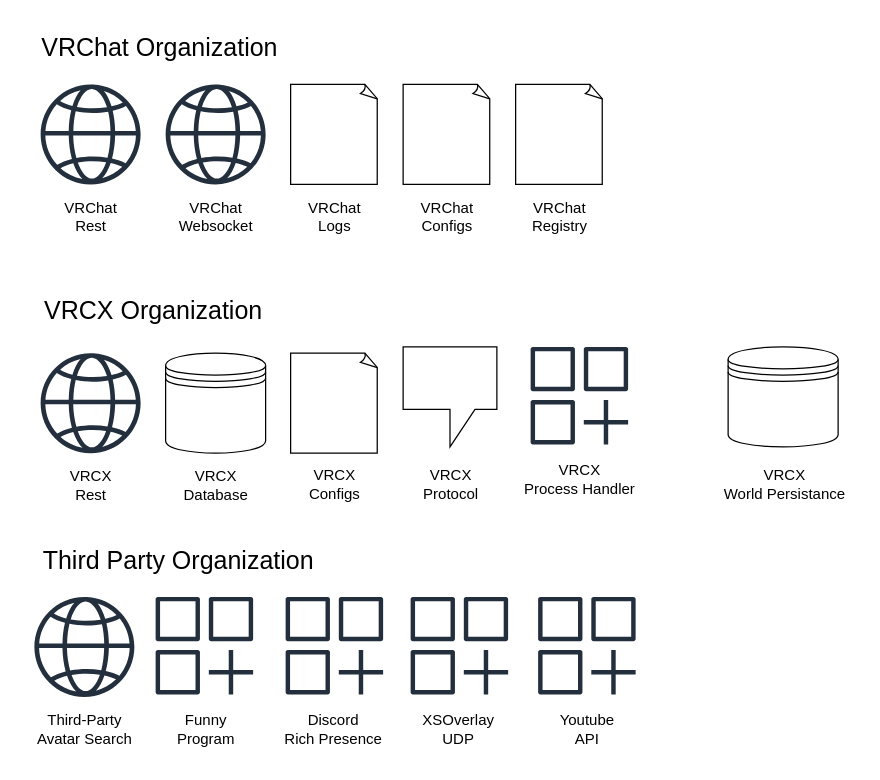
This is planning/Solution-Diagram.drawio from RubyEdge/VRCX, a draw.io file, before an edit. Source tidied: cells renumbered, new cells numbered last; positions are measured from the earlier drawing's top-left corner, leaving out a move shared by most shapes. Both pictures are drawn from the tidied source at 125%, with x=0, y=0 at pixel (21, 21).
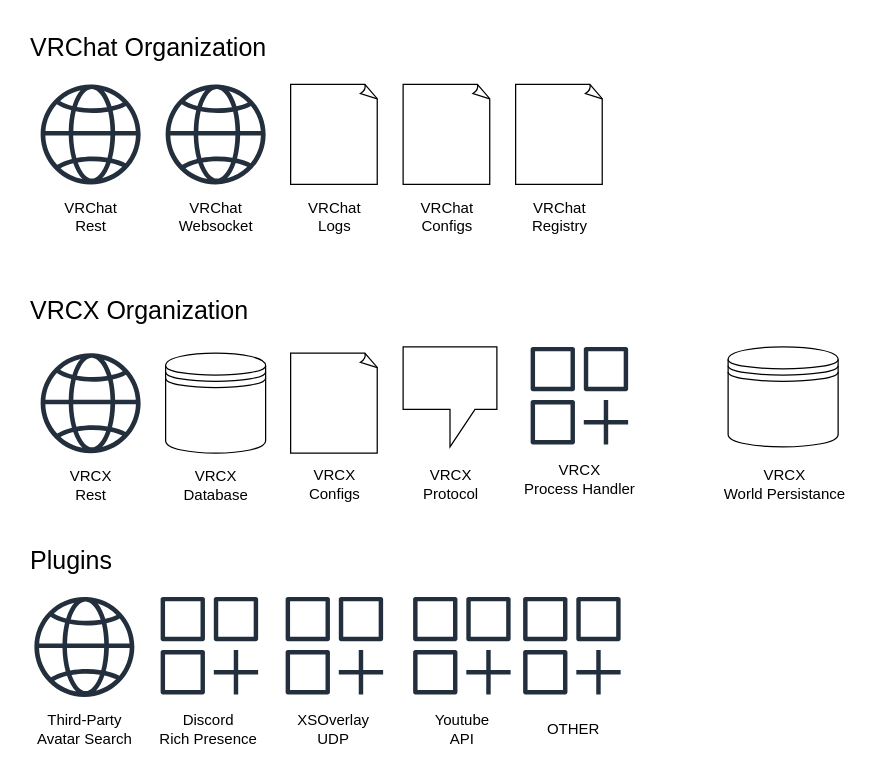
The same diagram, later.

Commit message:
Cleanup High-level mapping

What changed in the source:
```diff
@@
-    <mxCell id="26" value="&lt;font style=&quot;font-size: 20px;&quot;&gt;VRChat Organization&lt;/font&gt;" style="text;html=1;align=center;verticalAlign=middle;strokeColor=none;fillColor=none;" parent="1" vertex="1">
+    <mxCell id="26" value="&lt;div align=&quot;left&quot;&gt;&lt;font style=&quot;font-size: 20px;&quot;&gt;VRChat Organization&lt;/font&gt;&lt;/div&gt;" style="text;html=1;align=left;verticalAlign=middle;strokeColor=none;fillColor=none;" parent="1" vertex="1">
       <mxGeometry x="5" width="210" height="40" as="geometry" />
     </mxCell>
-    <mxCell id="27" value="&lt;font style=&quot;font-size: 20px;&quot;&gt;VRCX Organization&lt;/font&gt;" style="text;html=1;align=center;verticalAlign=middle;strokeColor=none;fillColor=none;" parent="1" vertex="1">
+    <mxCell id="27" value="&lt;div align=&quot;left&quot;&gt;&lt;font style=&quot;font-size: 20px;&quot;&gt;VRCX Organization&lt;/font&gt;&lt;/div&gt;" style="text;html=1;align=left;verticalAlign=middle;strokeColor=none;fillColor=none;" parent="1" vertex="1">
       <mxGeometry x="5" y="210" width="200" height="40" as="geometry" />
     </mxCell>
@@
-    <mxCell id="31" value="&lt;font style=&quot;font-size: 20px;&quot;&gt;Third Party Organization&lt;/font&gt;" style="text;html=1;align=center;verticalAlign=middle;strokeColor=none;fillColor=none;" parent="1" vertex="1">
-      <mxGeometry x="5" y="410" width="240" height="40" as="geometry" />
+    <mxCell id="31" value="&lt;div align=&quot;left&quot;&gt;&lt;font style=&quot;font-size: 20px;&quot;&gt;Plugins&lt;/font&gt;&lt;/div&gt;" style="text;html=1;align=left;verticalAlign=middle;strokeColor=none;fillColor=none;" parent="1" vertex="1">
+      <mxGeometry x="5" y="410" width="90" height="40" as="geometry" />
     </mxCell>
@@
     <mxCell id="33" style="group;" parent="1" vertex="1">
-      <mxGeometry x="107" y="460" width="78" height="130" as="geometry" />
+      <mxGeometry x="401" y="460" width="78" height="130" as="geometry" />
     </mxCell>
@@
-    <mxCell id="35" value="Funny&lt;br&gt;Program" style="text;html=1;align=center;verticalAlign=middle;strokeColor=none;fillColor=none;" parent="33" vertex="1">
-      <mxGeometry x="5" y="86" width="70" height="40" as="geometry" />
+    <mxCell id="35" value="OTHER" style="text;html=1;align=center;verticalAlign=middle;strokeColor=none;fillColor=none;" parent="33" vertex="1">
+      <mxGeometry x="5" y="91" width="70" height="30" as="geometry" />
     </mxCell>
@@
     <mxCell id="42" style="group;" parent="1" vertex="1">
-      <mxGeometry x="205" y="460" width="90" height="130" as="geometry" />
+      <mxGeometry x="105" y="460" width="90" height="130" as="geometry" />
     </mxCell>
@@
     <mxCell id="45" style="group;" parent="1" vertex="1">
-      <mxGeometry x="305" y="460" width="90" height="130" as="geometry" />
+      <mxGeometry x="205" y="460" width="90" height="130" as="geometry" />
     </mxCell>
@@
     <mxCell id="48" style="group;" parent="1" vertex="1">
-      <mxGeometry x="405" y="460" width="94" height="130" as="geometry" />
+      <mxGeometry x="305" y="460" width="94" height="130" as="geometry" />
     </mxCell>
```
